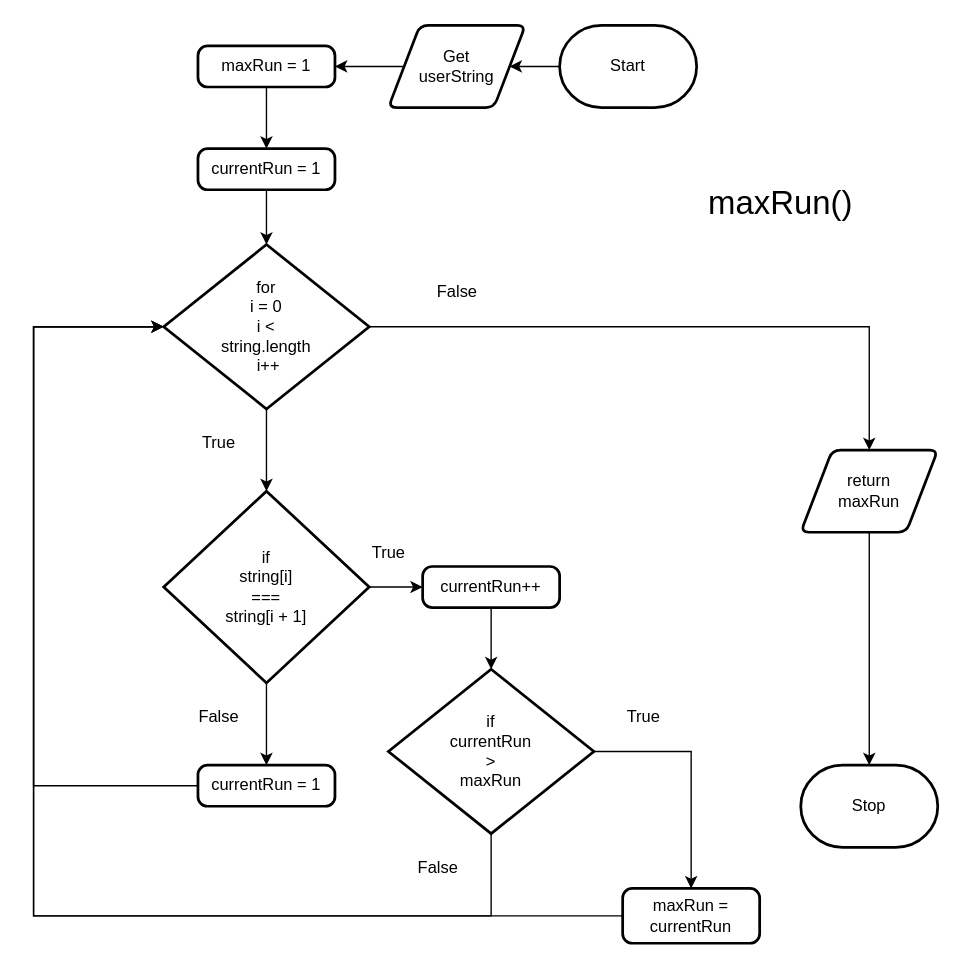
Before: design/flowchart.drawio in Curtis-Edwards/ICS4U-Assignment-2-Typescript, a draw.io diagram. Source tidied: cells renumbered, new cells numbered last; positions are measured from the earlier drawing's top-left corner, leaving out a move shared by most shapes. Both pictures are drawn from the tidied source at 137%, with x=0, y=0 at pixel (33, 25).
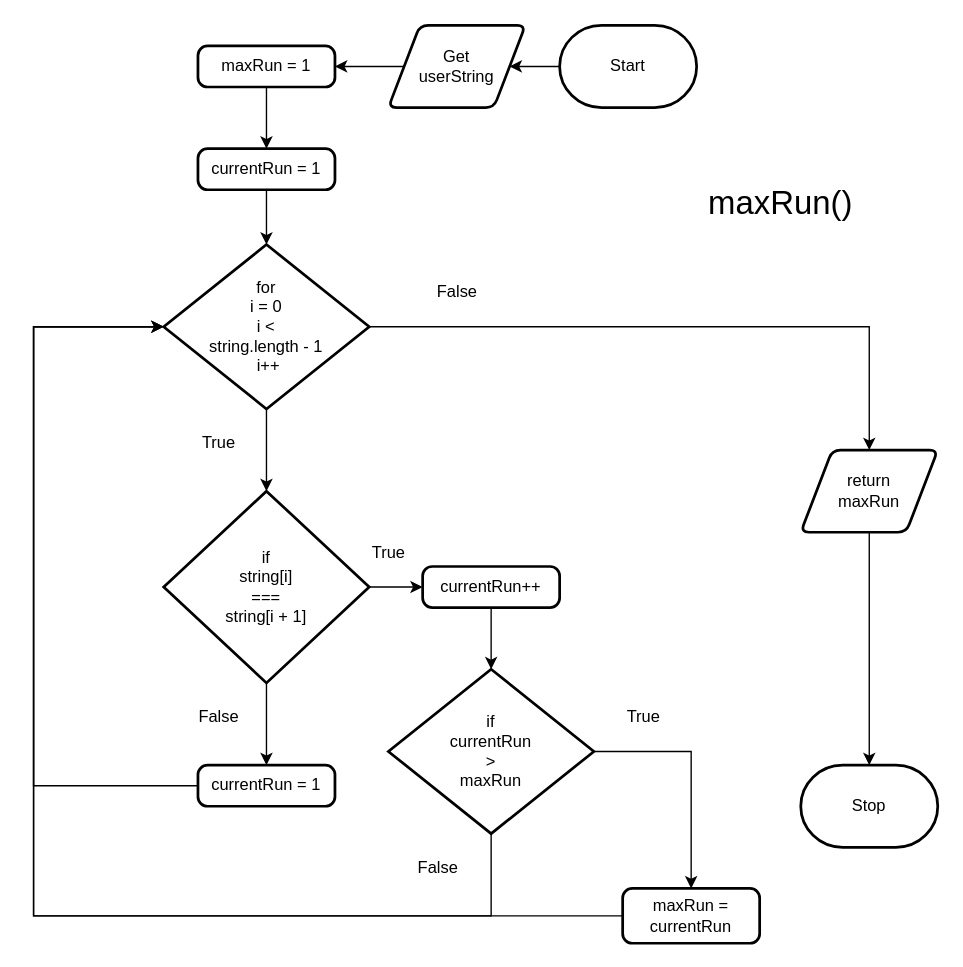
The same diagram, later.

What changed in the source:
```diff
@@
-    <mxCell id="7" value="for&lt;br&gt;i = 0&lt;br&gt;i &amp;lt; &lt;br&gt;string.length&lt;br&gt;&amp;nbsp;i++" style="strokeWidth=2;html=1;shape=mxgraph.flowchart.decision;whiteSpace=wrap;" parent="1" vertex="1">
+    <mxCell id="7" value="for&lt;br&gt;i = 0&lt;br&gt;i &amp;lt; &lt;br&gt;string.length - 1&lt;br&gt;&amp;nbsp;i++" style="strokeWidth=2;html=1;shape=mxgraph.flowchart.decision;whiteSpace=wrap;" parent="1" vertex="1">
       <mxGeometry x="95" y="160" width="150" height="120" as="geometry" />
     </mxCell>
```
